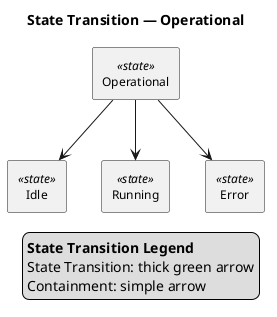
Before: plantuml-examples/14-state-transition-view.png, a diagram exported from PlantUML (mycr0ft/sysmlpy).
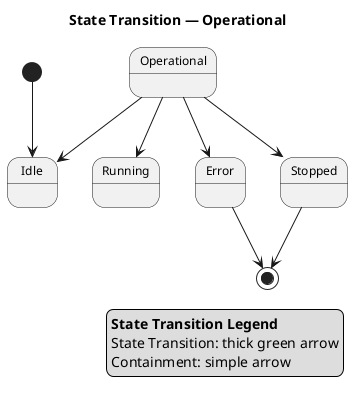
Above is the later version.

Diff of the diagram source:
```diff
@@ -5,30 +5,28 @@
 skinparam defaultFontSize 12
 skinparam defaultFontName Helvetica
 
-skinparam state<<state def>> {
-    BackgroundColor white
-    BorderColor black
-}
-skinparam state<<state>> {
-    BackgroundColor white
-    BorderColor black
-}
-
 top to bottom direction
 
 title State Transition — Operational
 
 hide circle
 
-rectangle "Operational" as E1 <<state>>
-rectangle "Idle" as E2 <<state>>
-rectangle "Running" as E3 <<state>>
-rectangle "Error" as E4 <<state>>
+state "Operational" as E1
+state "Idle" as E2
+state "Running" as E3
+state "Error" as E4
+state "Stopped" as E5
+
+[*] --> E2
 
 E1 --> E2
 E1 --> E3
 E1 --> E4
+E1 --> E5
 
+
+E4 --> [*]
+E5 --> [*]
 
 legend right
   <b>State Transition Legend</b>
```
